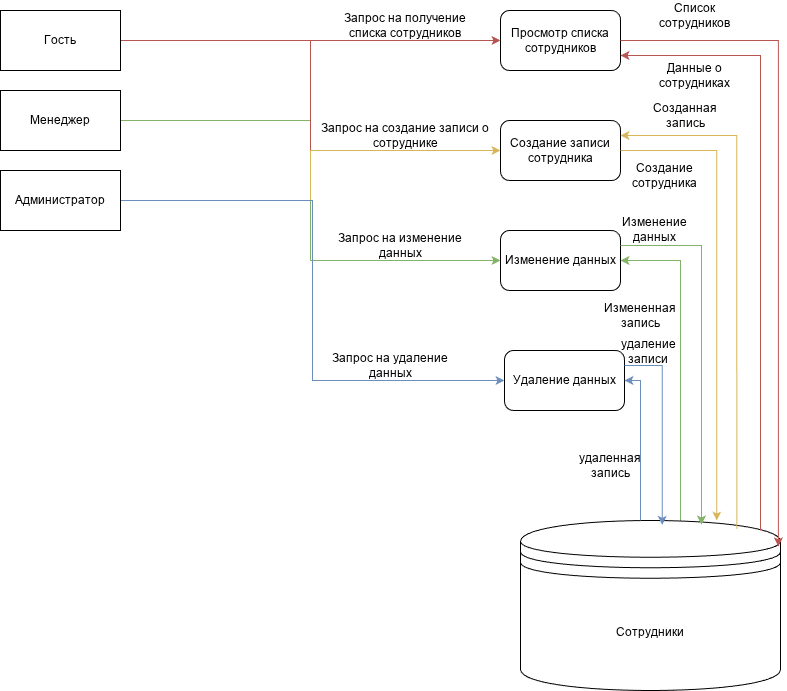
The draw.io diagram exam/diagrams/DFD-1.png in navi4351/examPM01, before a commit. Source tidied: cells renumbered, new cells last; positions are measured from the earlier drawing's top-left corner, leaving out a move shared by most shapes.
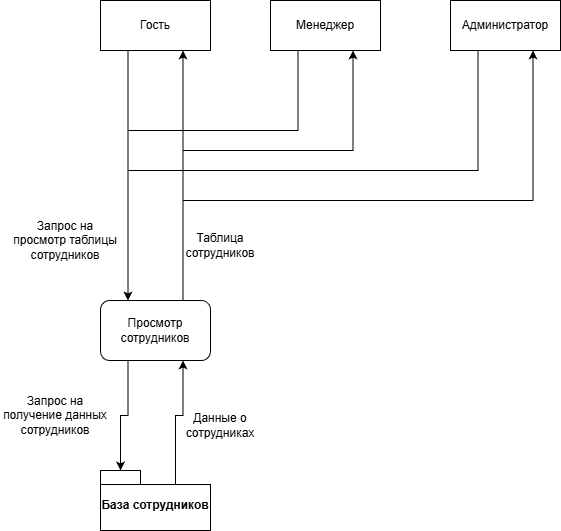
After the commit.

Diff of the diagram source:
```diff
@@ -2,136 +2,76 @@
   <root>
     <mxCell id="0" />
     <mxCell id="1" parent="0" />
-    <mxCell id="2" style="edgeStyle=orthogonalEdgeStyle;rounded=0;jettySize=auto;html=1;fillColor=#f8cecc;strokeColor=#b85450;" parent="1" edge="1" source="3" target="4">
-      <mxGeometry relative="1" as="geometry" />
-    </mxCell>
+    <mxCell id="38" style="edgeStyle=orthogonalEdgeStyle;rounded=0;jettySize=auto;html=1;exitX=0;exitY=0;exitDx=75;exitDy=14;exitPerimeter=0;entryX=0.75;entryY=1;entryDx=0;entryDy=0;" parent="1" edge="1" source="39" target="46">
+      <mxGeometry relative="1" as="geometry" />
+    </mxCell>
+    <mxCell id="39" value="База сотрудников" style="shape=folder;fontStyle=1;spacingTop=10;tabWidth=40;tabHeight=14;tabPosition=left;html=1;whiteSpace=wrap;" parent="1" vertex="1">
+      <mxGeometry x="400" y="450" width="110" height="60" as="geometry" />
+    </mxCell>
+    <mxCell id="40" style="edgeStyle=orthogonalEdgeStyle;rounded=0;jettySize=auto;html=1;entryX=0.25;entryY=0;entryDx=0;entryDy=0;exitX=0.25;exitY=1;exitDx=0;exitDy=0;" parent="1" edge="1" source="3" target="46">
+      <mxGeometry relative="1" as="geometry" />
+    </mxCell>
-    <mxCell id="3" value="Гость" style="rounded=0;whiteSpace=wrap;html=1;" parent="1" vertex="1">
-      <mxGeometry y="10" width="120" height="60" as="geometry" />
+    <mxCell id="3" value="Гость" style="html=1;whiteSpace=wrap;" parent="1" vertex="1">
+      <mxGeometry x="400" y="-20" width="110" height="50" as="geometry" />
     </mxCell>
-    <mxCell id="4" value="Просмотр списка сотрудников" style="rounded=1;whiteSpace=wrap;html=1;" parent="1" vertex="1">
-      <mxGeometry x="500" y="10" width="120" height="60" as="geometry" />
-    </mxCell>
-    <mxCell id="5" value="Сотрудники" style="shape=datastore;whiteSpace=wrap;html=1;" parent="1" vertex="1">
-      <mxGeometry x="520" y="520" width="260" height="170" as="geometry" />
-    </mxCell>
-    <mxCell id="6" style="edgeStyle=orthogonalEdgeStyle;rounded=0;jettySize=auto;html=1;entryX=0.992;entryY=0.153;entryDx=0;entryDy=0;entryPerimeter=0;fillColor=#f8cecc;strokeColor=#b85450;" parent="1" edge="1" source="4" target="5">
-      <mxGeometry relative="1" as="geometry">
-        <Array as="points">
-          <mxPoint x="778" y="40" />
-        </Array>
-      </mxGeometry>
-    </mxCell>
-    <mxCell id="7" value="Запрос на получение списка сотрудников" style="text;html=1;whiteSpace=wrap;strokeColor=none;fillColor=none;align=center;verticalAlign=middle;rounded=0;" parent="1" vertex="1">
-      <mxGeometry x="330" y="10" width="150" height="30" as="geometry" />
-    </mxCell>
-    <mxCell id="8" style="edgeStyle=orthogonalEdgeStyle;rounded=0;jettySize=auto;html=1;entryX=0;entryY=0.5;entryDx=0;entryDy=0;fillColor=#f8cecc;strokeColor=#b85450;" parent="1" edge="1" source="11" target="4">
-      <mxGeometry relative="1" as="geometry" />
-    </mxCell>
-    <mxCell id="9" style="edgeStyle=orthogonalEdgeStyle;rounded=0;jettySize=auto;html=1;entryX=0;entryY=0.5;entryDx=0;entryDy=0;fillColor=#fff2cc;strokeColor=#d6b656;" parent="1" edge="1" source="11" target="17">
-      <mxGeometry relative="1" as="geometry" />
-    </mxCell>
-    <mxCell id="10" style="edgeStyle=orthogonalEdgeStyle;rounded=0;jettySize=auto;html=1;entryX=0;entryY=0.5;entryDx=0;entryDy=0;fillColor=#d5e8d4;strokeColor=#82b366;" parent="1" edge="1" source="11" target="26">
-      <mxGeometry relative="1" as="geometry" />
-    </mxCell>
+    <mxCell id="41" style="edgeStyle=orthogonalEdgeStyle;rounded=0;jettySize=auto;html=1;exitX=0.25;exitY=1;exitDx=0;exitDy=0;entryX=0.25;entryY=0;entryDx=0;entryDy=0;" parent="1" edge="1" source="11" target="46">
+      <mxGeometry relative="1" as="geometry">
+        <Array as="points">
+          <mxPoint x="598" y="110" />
+          <mxPoint x="428" y="110" />
+        </Array>
+      </mxGeometry>
+    </mxCell>
-    <mxCell id="11" value="Менеджер" style="rounded=0;whiteSpace=wrap;html=1;" parent="1" vertex="1">
-      <mxGeometry y="90" width="120" height="60" as="geometry" />
+    <mxCell id="11" value="Менеджер" style="html=1;whiteSpace=wrap;" parent="1" vertex="1">
+      <mxGeometry x="570" y="-20" width="110" height="50" as="geometry" />
     </mxCell>
-    <mxCell id="12" style="edgeStyle=orthogonalEdgeStyle;rounded=0;jettySize=auto;html=1;entryX=0;entryY=0.5;entryDx=0;entryDy=0;fillColor=#f8cecc;strokeColor=#b85450;" parent="1" edge="1" source="16" target="4">
-      <mxGeometry relative="1" as="geometry" />
-    </mxCell>
-    <mxCell id="13" style="edgeStyle=orthogonalEdgeStyle;rounded=0;jettySize=auto;html=1;entryX=0;entryY=0.5;entryDx=0;entryDy=0;fillColor=#fff2cc;strokeColor=#d6b656;" parent="1" edge="1" source="16" target="17">
-      <mxGeometry relative="1" as="geometry" />
-    </mxCell>
-    <mxCell id="14" style="edgeStyle=orthogonalEdgeStyle;rounded=0;jettySize=auto;html=1;fillColor=#d5e8d4;strokeColor=#82b366;" parent="1" edge="1" source="16" target="26">
-      <mxGeometry relative="1" as="geometry" />
-    </mxCell>
-    <mxCell id="15" style="edgeStyle=orthogonalEdgeStyle;rounded=0;jettySize=auto;html=1;entryX=0;entryY=0.5;entryDx=0;entryDy=0;fillColor=#dae8fc;strokeColor=#6c8ebf;" parent="1" edge="1" source="16" target="32">
-      <mxGeometry relative="1" as="geometry" />
-    </mxCell>
+    <mxCell id="42" style="edgeStyle=orthogonalEdgeStyle;rounded=0;jettySize=auto;html=1;exitX=0.25;exitY=1;exitDx=0;exitDy=0;entryX=0.25;entryY=0;entryDx=0;entryDy=0;" parent="1" edge="1" source="16" target="46">
+      <mxGeometry relative="1" as="geometry">
+        <Array as="points">
+          <mxPoint x="777" y="150" />
+          <mxPoint x="427" y="150" />
+        </Array>
+      </mxGeometry>
+    </mxCell>
-    <mxCell id="16" value="Администратор" style="rounded=0;whiteSpace=wrap;html=1;" parent="1" vertex="1">
-      <mxGeometry y="170" width="120" height="60" as="geometry" />
+    <mxCell id="16" value="Администратор" style="html=1;whiteSpace=wrap;" parent="1" vertex="1">
+      <mxGeometry x="750" y="-20" width="110" height="50" as="geometry" />
     </mxCell>
-    <mxCell id="17" value="Создание записи сотрудника" style="rounded=1;whiteSpace=wrap;html=1;" parent="1" vertex="1">
-      <mxGeometry x="500" y="120" width="120" height="60" as="geometry" />
-    </mxCell>
-    <mxCell id="18" value="Список сотрудников" style="text;html=1;whiteSpace=wrap;strokeColor=none;fillColor=none;align=center;verticalAlign=middle;rounded=0;" parent="1" vertex="1">
-      <mxGeometry x="664" width="60" height="30" as="geometry" />
-    </mxCell>
-    <mxCell id="19" style="endArrow=classic;html=1;rounded=0;entryX=1;entryY=0.75;entryDx=0;entryDy=0;edgeStyle=orthogonalEdgeStyle;fillColor=#f8cecc;strokeColor=#b85450;" parent="1" edge="1" target="4">
-      <mxGeometry relative="1" as="geometry">
-        <mxPoint x="760" y="530" as="sourcePoint" />
-        <Array as="points">
-          <mxPoint x="760" y="55" />
-        </Array>
-      </mxGeometry>
-    </mxCell>
+    <mxCell id="43" style="edgeStyle=orthogonalEdgeStyle;rounded=0;jettySize=auto;html=1;exitX=0.75;exitY=0;exitDx=0;exitDy=0;entryX=0.75;entryY=1;entryDx=0;entryDy=0;" parent="1" edge="1" source="46" target="3">
+      <mxGeometry relative="1" as="geometry" />
+    </mxCell>
+    <mxCell id="44" style="edgeStyle=orthogonalEdgeStyle;rounded=0;jettySize=auto;html=1;exitX=0.75;exitY=0;exitDx=0;exitDy=0;entryX=0.75;entryY=1;entryDx=0;entryDy=0;" parent="1" edge="1" source="46" target="11">
+      <mxGeometry relative="1" as="geometry">
+        <Array as="points">
+          <mxPoint x="483" y="130" />
+          <mxPoint x="653" y="130" />
+        </Array>
+      </mxGeometry>
+    </mxCell>
+    <mxCell id="45" style="edgeStyle=orthogonalEdgeStyle;rounded=0;jettySize=auto;html=1;exitX=0.75;exitY=0;exitDx=0;exitDy=0;entryX=0.75;entryY=1;entryDx=0;entryDy=0;" parent="1" edge="1" source="46" target="16">
+      <mxGeometry relative="1" as="geometry">
+        <Array as="points">
+          <mxPoint x="482" y="180" />
+          <mxPoint x="832" y="180" />
+        </Array>
+      </mxGeometry>
+    </mxCell>
+    <mxCell id="46" value="Просмотр сотрудников" style="rounded=1;whiteSpace=wrap;html=1;" parent="1" vertex="1">
+      <mxGeometry x="400" y="280" width="110" height="60" as="geometry" />
+    </mxCell>
+    <mxCell id="47" style="edgeStyle=orthogonalEdgeStyle;rounded=0;jettySize=auto;html=1;exitX=0.25;exitY=1;exitDx=0;exitDy=0;entryX=0;entryY=0;entryDx=20;entryDy=0;entryPerimeter=0;" parent="1" edge="1" source="46" target="39">
+      <mxGeometry relative="1" as="geometry" />
+    </mxCell>
+    <mxCell id="48" value="Запрос на просмотр таблицы сотрудников" style="text;html=1;whiteSpace=wrap;strokeColor=none;fillColor=none;align=center;verticalAlign=middle;rounded=0;" parent="1" vertex="1">
+      <mxGeometry x="310" y="200" width="110" height="40" as="geometry" />
+    </mxCell>
+    <mxCell id="49" value="Запрос на получение данных сотрудников" style="text;html=1;whiteSpace=wrap;strokeColor=none;fillColor=none;align=center;verticalAlign=middle;rounded=0;" parent="1" vertex="1">
+      <mxGeometry x="300" y="375" width="110" height="40" as="geometry" />
+    </mxCell>
     <mxCell id="20" value="Данные о сотрудниках" style="text;html=1;whiteSpace=wrap;strokeColor=none;fillColor=none;align=center;verticalAlign=middle;rounded=0;" parent="1" vertex="1">
-      <mxGeometry x="634" y="60" width="120" height="30" as="geometry" />
+      <mxGeometry x="490" y="390" width="60" height="30" as="geometry" />
     </mxCell>
-    <mxCell id="21" style="edgeStyle=orthogonalEdgeStyle;rounded=0;jettySize=auto;html=1;entryX=0.755;entryY=0;entryDx=0;entryDy=0;entryPerimeter=0;fillColor=#fff2cc;strokeColor=#d6b656;" parent="1" edge="1" source="17" target="5">
-      <mxGeometry relative="1" as="geometry">
-        <Array as="points">
-          <mxPoint x="716" y="150" />
-        </Array>
-      </mxGeometry>
-    </mxCell>
-    <mxCell id="22" style="endArrow=classic;html=1;rounded=0;exitX=0.832;exitY=0.049;exitDx=0;exitDy=0;exitPerimeter=0;entryX=1;entryY=0.25;entryDx=0;entryDy=0;edgeStyle=orthogonalEdgeStyle;fillColor=#fff2cc;strokeColor=#d6b656;" parent="1" edge="1" source="5" target="17">
-      <mxGeometry relative="1" as="geometry" />
-    </mxCell>
-    <mxCell id="23" value="Запрос на создание записи о сотруднике" style="text;html=1;whiteSpace=wrap;strokeColor=none;fillColor=none;align=center;verticalAlign=middle;rounded=0;" parent="1" vertex="1">
-      <mxGeometry x="305" y="120" width="200" height="30" as="geometry" />
-    </mxCell>
-    <mxCell id="24" value="Создание сотрудника" style="text;html=1;whiteSpace=wrap;strokeColor=none;fillColor=none;align=center;verticalAlign=middle;rounded=0;" parent="1" vertex="1">
-      <mxGeometry x="634" y="160" width="60" height="30" as="geometry" />
-    </mxCell>
-    <mxCell id="25" value="Созданная запись" style="text;html=1;whiteSpace=wrap;strokeColor=none;fillColor=none;align=center;verticalAlign=middle;rounded=0;" parent="1" vertex="1">
-      <mxGeometry x="640" y="100" width="90" height="30" as="geometry" />
-    </mxCell>
-    <mxCell id="26" value="Изменение данных" style="rounded=1;whiteSpace=wrap;html=1;" parent="1" vertex="1">
-      <mxGeometry x="500" y="230" width="120" height="60" as="geometry" />
-    </mxCell>
-    <mxCell id="27" value="Запрос на изменение данных" style="text;html=1;whiteSpace=wrap;strokeColor=none;fillColor=none;align=center;verticalAlign=middle;rounded=0;" parent="1" vertex="1">
-      <mxGeometry x="330" y="230" width="140" height="30" as="geometry" />
-    </mxCell>
-    <mxCell id="28" style="edgeStyle=orthogonalEdgeStyle;rounded=0;jettySize=auto;html=1;exitX=1;exitY=0.25;exitDx=0;exitDy=0;entryX=0.696;entryY=0.024;entryDx=0;entryDy=0;entryPerimeter=0;fillColor=#d5e8d4;strokeColor=#82b366;" parent="1" edge="1" source="26" target="5">
-      <mxGeometry relative="1" as="geometry" />
-    </mxCell>
-    <mxCell id="29" style="endArrow=classic;html=1;rounded=0;entryX=1;entryY=0.5;entryDx=0;entryDy=0;edgeStyle=orthogonalEdgeStyle;fillColor=#d5e8d4;strokeColor=#82b366;" parent="1" edge="1" target="26">
-      <mxGeometry relative="1" as="geometry">
-        <mxPoint x="680" y="520" as="sourcePoint" />
-        <Array as="points">
-          <mxPoint x="680" y="260" />
-        </Array>
-      </mxGeometry>
-    </mxCell>
-    <mxCell id="30" value="Изменение данных" style="text;html=1;whiteSpace=wrap;strokeColor=none;fillColor=none;align=center;verticalAlign=middle;rounded=0;" parent="1" vertex="1">
-      <mxGeometry x="624" y="214" width="60" height="30" as="geometry" />
-    </mxCell>
-    <mxCell id="31" value="Измененная запись" style="text;html=1;whiteSpace=wrap;strokeColor=none;fillColor=none;align=center;verticalAlign=middle;rounded=0;" parent="1" vertex="1">
-      <mxGeometry x="610" y="300" width="60" height="30" as="geometry" />
-    </mxCell>
-    <mxCell id="32" value="Удаление данных" style="rounded=1;whiteSpace=wrap;html=1;" parent="1" vertex="1">
-      <mxGeometry x="504" y="350" width="120" height="60" as="geometry" />
-    </mxCell>
-    <mxCell id="33" style="edgeStyle=orthogonalEdgeStyle;rounded=0;jettySize=auto;html=1;exitX=1;exitY=0.25;exitDx=0;exitDy=0;entryX=0.545;entryY=0.026;entryDx=0;entryDy=0;entryPerimeter=0;fillColor=#dae8fc;strokeColor=#6c8ebf;" parent="1" edge="1" source="32" target="5">
-      <mxGeometry relative="1" as="geometry" />
-    </mxCell>
-    <mxCell id="34" style="endArrow=classic;html=1;rounded=0;entryX=1;entryY=0.5;entryDx=0;entryDy=0;edgeStyle=orthogonalEdgeStyle;fillColor=#dae8fc;strokeColor=#6c8ebf;" parent="1" edge="1" target="32">
-      <mxGeometry relative="1" as="geometry">
-        <mxPoint x="640" y="520" as="sourcePoint" />
-        <Array as="points">
-          <mxPoint x="640" y="380" />
-        </Array>
-      </mxGeometry>
-    </mxCell>
-    <mxCell id="35" value="Запрос на удаление данных" style="text;html=1;whiteSpace=wrap;strokeColor=none;fillColor=none;align=center;verticalAlign=middle;rounded=0;" parent="1" vertex="1">
-      <mxGeometry x="320" y="350" width="140" height="30" as="geometry" />
-    </mxCell>
-    <mxCell id="36" value="удаленная запись" style="text;html=1;whiteSpace=wrap;strokeColor=none;fillColor=none;align=center;verticalAlign=middle;rounded=0;" parent="1" vertex="1">
-      <mxGeometry x="580" y="450" width="60" height="30" as="geometry" />
-    </mxCell>
-    <mxCell id="37" value="удаление записи" style="text;html=1;whiteSpace=wrap;strokeColor=none;fillColor=none;align=center;verticalAlign=middle;rounded=0;" parent="1" vertex="1">
-      <mxGeometry x="618" y="336" width="60" height="30" as="geometry" />
-    </mxCell>
+    <mxCell id="50" value="Таблица сотрудников" style="text;html=1;whiteSpace=wrap;strokeColor=none;fillColor=none;align=center;verticalAlign=middle;rounded=0;" parent="1" vertex="1">
+      <mxGeometry x="490" y="210" width="60" height="30" as="geometry" />
+    </mxCell>
   </root>
 </mxGraphModel>
```
